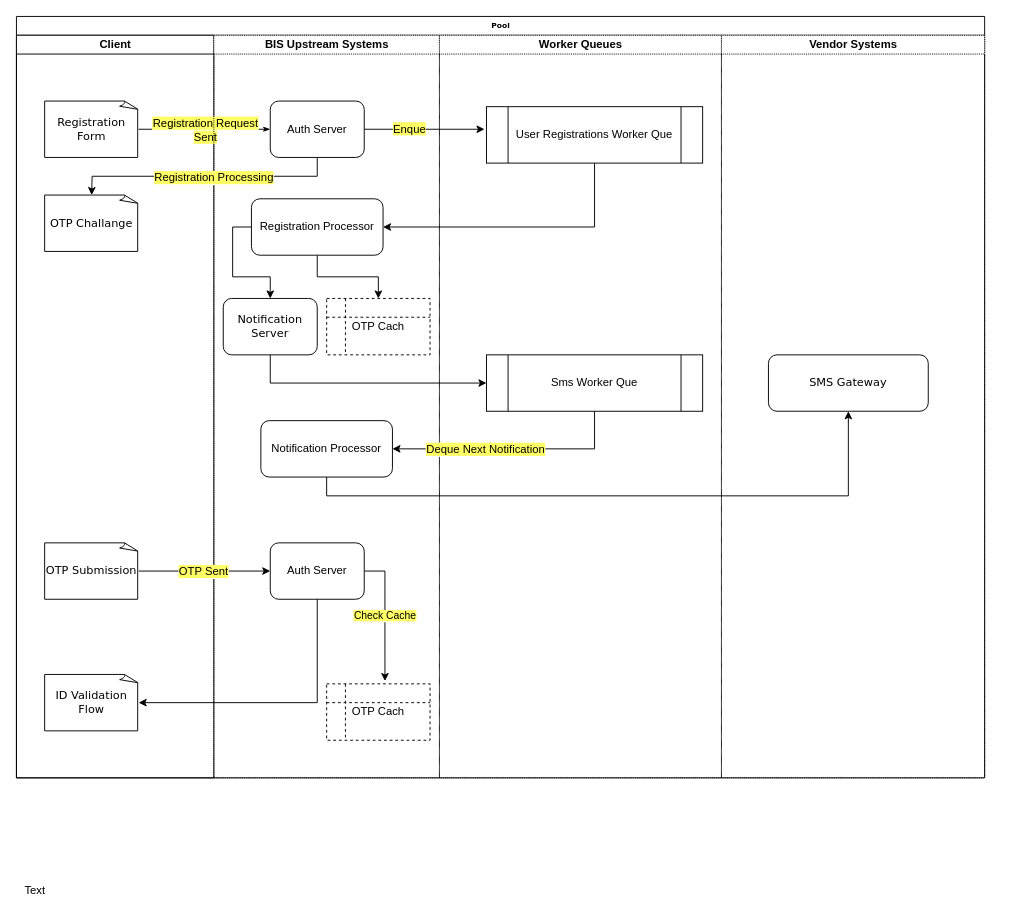
This is page "Page-1" (2 of 2) of Untitled Diagram.drawio from chrisjowen/sshots, a draw.io file, before an edit. Source tidied: cells renumbered, new cells numbered last; positions are measured from the earlier drawing's top-left corner, leaving out a move shared by most shapes. Both pictures are drawn from the tidied source at 94%, with x=0, y=0 at pixel (16, 16).
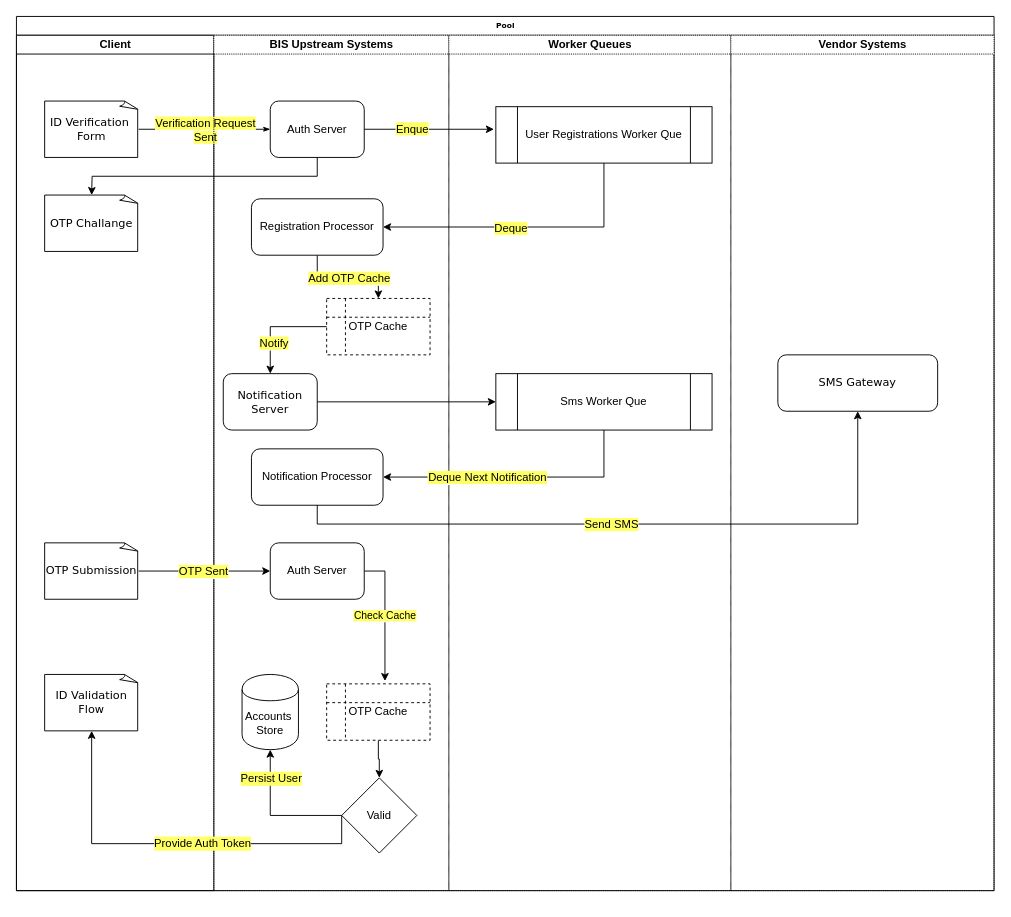
Above is the later version.

The change refers to these unchanged cells:
```xml
<mxCell id="7" value="&lt;font style=&quot;font-size: 12px&quot;&gt;ID Validation&lt;br&gt;Flow&lt;br&gt;&lt;/font&gt;" style="whiteSpace=wrap;html=1;shape=mxgraph.basic.document;shadow=0;fontFamily=Verdana;fontSize=8;fontColor=#000000;align=center;strokeColor=#000000;strokeWidth=1;fillColor=#ffffff;" parent="3" vertex="1">
  <mxGeometry x="30" y="680" width="100" height="60" as="geometry" />
</mxCell>
<mxCell id="11" value="&lt;p&gt;&lt;span id=&quot;docs-internal-guid-2077749d-7fff-49c3-02e4-d4d9bcf073a4&quot;&gt;&lt;span style=&quot;font-family: &amp;#34;arial&amp;#34; ; background-color: transparent ; vertical-align: baseline ; white-space: pre-wrap&quot;&gt;&lt;font style=&quot;font-size: 12px&quot;&gt;Auth Server&lt;/font&gt;&lt;/span&gt;&lt;/span&gt;&lt;/p&gt;" style="rounded=1;whiteSpace=wrap;html=1;shadow=0;labelBackgroundColor=none;strokeColor=#000000;strokeWidth=1;fillColor=#ffffff;fontFamily=Verdana;fontSize=8;fontColor=#000000;align=center;" parent="10" vertex="1">
  <mxGeometry x="60" y="70" width="100" height="60" as="geometry" />
</mxCell>
<mxCell id="16" value="&lt;p&gt;&lt;span id=&quot;docs-internal-guid-2077749d-7fff-49c3-02e4-d4d9bcf073a4&quot;&gt;&lt;span style=&quot;font-family: &amp;#34;arial&amp;#34; ; background-color: transparent ; vertical-align: baseline ; white-space: pre-wrap&quot;&gt;&lt;font style=&quot;font-size: 12px&quot;&gt;Auth Server&lt;/font&gt;&lt;/span&gt;&lt;/span&gt;&lt;/p&gt;" style="rounded=1;whiteSpace=wrap;html=1;shadow=0;labelBackgroundColor=none;strokeColor=#000000;strokeWidth=1;fillColor=#ffffff;fontFamily=Verdana;fontSize=8;fontColor=#000000;align=center;" parent="10" vertex="1">
  <mxGeometry x="60" y="540" width="100" height="60" as="geometry" />
</mxCell>
<mxCell id="28" style="edgeStyle=orthogonalEdgeStyle;rounded=0;jettySize=auto;html=1;exitX=0.5;exitY=1;exitDx=0;exitDy=0;entryX=0.5;entryY=1;entryDx=0;entryDy=0;" parent="2" edge="1" source="12" target="22">
  <mxGeometry relative="1" as="geometry" />
</mxCell>
<mxCell id="38" value="&lt;p&gt;&lt;font face=&quot;arial&quot;&gt;&lt;span style=&quot;font-size: 12px ; white-space: pre-wrap&quot;&gt;Registration Processor&lt;/span&gt;&lt;/font&gt;&lt;/p&gt;" style="rounded=1;whiteSpace=wrap;html=1;shadow=0;labelBackgroundColor=none;strokeColor=#000000;strokeWidth=1;fillColor=#ffffff;fontFamily=Verdana;fontSize=8;fontColor=#000000;align=center;" parent="1" vertex="1">
  <mxGeometry x="250" y="194" width="140" height="60" as="geometry" />
</mxCell>
<mxCell id="39" style="edgeStyle=orthogonalEdgeStyle;rounded=0;jettySize=auto;html=1;exitX=0.5;exitY=1;exitDx=0;exitDy=0;entryX=1;entryY=0.5;entryDx=0;entryDy=0;" parent="1" edge="1" source="19" target="38">
  <mxGeometry relative="1" as="geometry" />
</mxCell>
```

What changed in the source:
```diff
@@
     <mxCell id="2" value="Pool" style="swimlane;html=1;startSize=20;rounded=0;shadow=0;labelBackgroundColor=none;strokeColor=#000000;strokeWidth=1;fillColor=#ffffff;fontFamily=Verdana;fontSize=8;fontColor=#000000;align=center;" parent="1" vertex="1">
-      <mxGeometry width="1030" height="810" as="geometry" />
+      <mxGeometry width="1040" height="930" as="geometry" />
     </mxCell>
     <mxCell id="3" value="Client" style="swimlane;html=1;startSize=20;" parent="2" vertex="1">
-      <mxGeometry y="20" width="210" height="790" as="geometry" />
+      <mxGeometry y="20" width="210" height="910" as="geometry" />
     </mxCell>
-    <mxCell id="4" value="&lt;font style=&quot;font-size: 12px&quot;&gt;Registration Form&lt;/font&gt;" style="whiteSpace=wrap;html=1;shape=mxgraph.basic.document;shadow=0;fontFamily=Verdana;fontSize=8;fontColor=#000000;align=center;strokeColor=#000000;strokeWidth=1;fillColor=#ffffff;" parent="3" vertex="1">
-      <mxGeometry x="30" y="70" width="100" height="60" as="geometry" />
-    </mxCell>
+    <mxCell id="40" value="&lt;font style=&quot;font-size: 12px&quot;&gt;ID Verification&amp;nbsp;&lt;br&gt;Form&lt;br&gt;&lt;/font&gt;" style="whiteSpace=wrap;html=1;shape=mxgraph.basic.document;shadow=0;fontFamily=Verdana;fontSize=8;fontColor=#000000;align=center;strokeColor=#000000;strokeWidth=1;fillColor=#ffffff;" parent="3" vertex="1">
+      <mxGeometry x="30" y="70" width="100" height="60" as="geometry" />
+    </mxCell>
@@
-    <mxCell id="8" style="edgeStyle=orthogonalEdgeStyle;rounded=1;html=1;labelBackgroundColor=none;startArrow=none;startFill=0;startSize=5;endArrow=classicThin;endFill=1;endSize=5;jettySize=auto;strokeColor=#000000;strokeWidth=1;fontFamily=Verdana;fontSize=8;fontColor=#000000;entryX=0;entryY=0.5;entryDx=0;entryDy=0;" parent="2" edge="1" source="4" target="11">
-      <mxGeometry relative="1" as="geometry" />
-    </mxCell>
-    <mxCell id="9" value="&lt;span style=&quot;background-color: rgb(255 , 255 , 102)&quot;&gt;Registration Request&lt;br&gt;Sent&lt;br&gt;&lt;/span&gt;" style="text;html=1;align=center;verticalAlign=middle;labelBackgroundColor=#ffffff;" parent="8" vertex="1">
-      <mxGeometry x="-0.31" relative="1" as="geometry">
-        <mxPoint x="22" as="offset" />
-      </mxGeometry>
-    </mxCell>
+    <mxCell id="41" style="edgeStyle=orthogonalEdgeStyle;rounded=1;html=1;labelBackgroundColor=none;startArrow=none;startFill=0;startSize=5;endArrow=classicThin;endFill=1;endSize=5;jettySize=auto;strokeColor=#000000;strokeWidth=1;fontFamily=Verdana;fontSize=8;fontColor=#000000;entryX=0;entryY=0.5;entryDx=0;entryDy=0;" parent="2" edge="1" source="40" target="11">
+      <mxGeometry relative="1" as="geometry" />
+    </mxCell>
+    <mxCell id="42" value="&lt;span style=&quot;background-color: rgb(255 , 255 , 102)&quot;&gt;Verification Request&lt;br&gt;Sent&lt;br&gt;&lt;/span&gt;" style="text;html=1;align=center;verticalAlign=middle;labelBackgroundColor=#ffffff;" parent="41" vertex="1">
+      <mxGeometry x="-0.31" relative="1" as="geometry">
+        <mxPoint x="22" as="offset" />
+      </mxGeometry>
+    </mxCell>
     <mxCell id="10" value="BIS Upstream Systems" style="swimlane;html=1;startSize=20;dashed=1;dashPattern=1 1;" parent="2" vertex="1">
-      <mxGeometry x="210" y="20" width="240" height="790" as="geometry" />
+      <mxGeometry x="210" y="20" width="250" height="910" as="geometry" />
     </mxCell>
@@
     <mxCell id="12" value="&lt;span style=&quot;font-family: &amp;#34;arial&amp;#34; ; font-size: 12px ; white-space: pre-wrap&quot;&gt;Notification Processor&lt;/span&gt;" style="rounded=1;whiteSpace=wrap;html=1;shadow=0;labelBackgroundColor=none;strokeColor=#000000;strokeWidth=1;fillColor=#ffffff;fontFamily=Verdana;fontSize=8;fontColor=#000000;align=center;" parent="10" vertex="1">
-      <mxGeometry x="50" y="410" width="140" height="60" as="geometry" />
+      <mxGeometry x="40" y="440" width="140" height="60" as="geometry" />
     </mxCell>
-    <mxCell id="13" value="OTP Cach" style="shape=internalStorage;whiteSpace=wrap;html=1;backgroundOutline=1;dashed=1;" parent="10" vertex="1">
-      <mxGeometry x="120" y="280" width="110" height="60" as="geometry" />
-    </mxCell>
+    <mxCell id="43" value="OTP Cache" style="shape=internalStorage;whiteSpace=wrap;html=1;backgroundOutline=1;dashed=1;" parent="10" vertex="1">
+      <mxGeometry x="120" y="280" width="110" height="60" as="geometry" />
+    </mxCell>
     <mxCell id="14" value="&lt;font style=&quot;font-size: 12px&quot;&gt;Notification Server&lt;/font&gt;" style="rounded=1;whiteSpace=wrap;html=1;shadow=0;labelBackgroundColor=none;strokeColor=#000000;strokeWidth=1;fillColor=#ffffff;fontFamily=Verdana;fontSize=8;fontColor=#000000;align=center;" parent="10" vertex="1">
-      <mxGeometry x="10" y="280" width="100" height="60" as="geometry" />
+      <mxGeometry x="10" y="360" width="100" height="60" as="geometry" />
     </mxCell>
-    <mxCell id="15" value="&lt;span style=&quot;background-color: rgb(255 , 255 , 102)&quot;&gt;Check Cache&lt;/span&gt;" style="edgeStyle=orthogonalEdgeStyle;rounded=0;jettySize=auto;html=1;exitX=1;exitY=0.5;exitDx=0;exitDy=0;entryX=0.564;entryY=-0.05;entryDx=0;entryDy=0;entryPerimeter=0;" parent="10" edge="1" source="16" target="17">
+    <mxCell id="15" value="&lt;span style=&quot;background-color: rgb(255 , 255 , 102)&quot;&gt;Check Cache&lt;/span&gt;" style="edgeStyle=orthogonalEdgeStyle;rounded=0;jettySize=auto;html=1;exitX=1;exitY=0.5;exitDx=0;exitDy=0;entryX=0.564;entryY=-0.05;entryDx=0;entryDy=0;entryPerimeter=0;" parent="10" edge="1" source="16" target="45">
       <mxGeometry relative="1" as="geometry" />
     </mxCell>
@@
-    <mxCell id="17" value="OTP Cach" style="shape=internalStorage;whiteSpace=wrap;html=1;backgroundOutline=1;dashed=1;" parent="10" vertex="1">
-      <mxGeometry x="120" y="690" width="110" height="60" as="geometry" />
-    </mxCell>
+    <mxCell id="44" style="edgeStyle=orthogonalEdgeStyle;rounded=0;jettySize=auto;html=1;exitX=0.5;exitY=1;exitDx=0;exitDy=0;" parent="10" edge="1" source="45" target="49">
+      <mxGeometry relative="1" as="geometry" />
+    </mxCell>
+    <mxCell id="45" value="OTP Cache" style="shape=internalStorage;whiteSpace=wrap;html=1;backgroundOutline=1;dashed=1;" parent="10" vertex="1">
+      <mxGeometry x="120" y="690" width="110" height="60" as="geometry" />
+    </mxCell>
+    <mxCell id="46" value="Accounts&amp;nbsp;&lt;br&gt;Store" style="shape=cylinder;whiteSpace=wrap;html=1;boundedLbl=1;backgroundOutline=1;" parent="10" vertex="1">
+      <mxGeometry x="30" y="680" width="60" height="80" as="geometry" />
+    </mxCell>
+    <mxCell id="47" style="edgeStyle=orthogonalEdgeStyle;rounded=0;jettySize=auto;html=1;exitX=0;exitY=0.5;exitDx=0;exitDy=0;" parent="10" edge="1" source="49" target="46">
+      <mxGeometry relative="1" as="geometry" />
+    </mxCell>
+    <mxCell id="48" value="Persist User" style="text;html=1;align=center;verticalAlign=middle;labelBackgroundColor=#FFFF66;" parent="47" vertex="1">
+      <mxGeometry y="-1" relative="1" as="geometry">
+        <mxPoint x="-3" y="-39" as="offset" />
+      </mxGeometry>
+    </mxCell>
+    <mxCell id="49" value="Valid" style="rhombus;whiteSpace=wrap;html=1;" parent="10" vertex="1">
+      <mxGeometry x="136" y="790" width="80" height="80" as="geometry" />
+    </mxCell>
+    <mxCell id="50" style="edgeStyle=orthogonalEdgeStyle;rounded=0;jettySize=auto;html=1;exitX=0;exitY=0.5;exitDx=0;exitDy=0;entryX=0.5;entryY=0;entryDx=0;entryDy=0;" parent="10" edge="1" source="43" target="14">
+      <mxGeometry relative="1" as="geometry" />
+    </mxCell>
+    <mxCell id="51" value="&lt;font color=&quot;#000000&quot; style=&quot;background-color: rgb(255 , 255 , 102)&quot;&gt;Notify&lt;/font&gt;" style="text;html=1;align=center;verticalAlign=middle;labelBackgroundColor=#ffffff;fontColor=#FFFF66;" parent="50" vertex="1">
+      <mxGeometry x="0.04" y="17" relative="1" as="geometry" />
+    </mxCell>
     <mxCell id="18" value="Worker Queues" style="swimlane;html=1;startSize=20;dashed=1;dashPattern=1 1;" parent="2" vertex="1">
-      <mxGeometry x="450" y="20" width="300" height="790" as="geometry" />
+      <mxGeometry x="460" y="20" width="300" height="910" as="geometry" />
     </mxCell>
@@
     <mxCell id="20" value="&lt;span id=&quot;docs-internal-guid-0f14bd20-7fff-1467-3f81-4064697fa3dc&quot;&gt;&lt;span style=&quot;font-family: &amp;#34;arial&amp;#34; ; background-color: transparent ; vertical-align: baseline ; white-space: pre-wrap&quot;&gt;&lt;font style=&quot;font-size: 12px&quot;&gt;Sms Worker Que&lt;/font&gt;&lt;/span&gt;&lt;/span&gt;" style="shape=process;whiteSpace=wrap;html=1;backgroundOutline=1;" parent="18" vertex="1">
-      <mxGeometry x="50" y="340" width="230" height="60" as="geometry" />
+      <mxGeometry x="50" y="360" width="230" height="60" as="geometry" />
     </mxCell>
     <mxCell id="21" value="Vendor Systems" style="swimlane;html=1;startSize=20;dashed=1;dashPattern=1 1;" parent="2" vertex="1">
-      <mxGeometry x="750" y="20" width="280" height="790" as="geometry" />
+      <mxGeometry x="760" y="20" width="280" height="910" as="geometry" />
     </mxCell>
@@
-    <mxCell id="25" style="edgeStyle=orthogonalEdgeStyle;rounded=0;jettySize=auto;html=1;exitX=0.5;exitY=1;exitDx=0;exitDy=0;entryX=0;entryY=0.5;entryDx=0;entryDy=0;" parent="2" edge="1" source="14" target="20">
+    <mxCell id="25" style="edgeStyle=orthogonalEdgeStyle;rounded=0;jettySize=auto;html=1;exitX=1;exitY=0.5;exitDx=0;exitDy=0;entryX=0;entryY=0.5;entryDx=0;entryDy=0;" parent="2" edge="1" source="14" target="20">
       <mxGeometry relative="1" as="geometry" />
     </mxCell>
@@
+    <mxCell id="52" value="&lt;font color=&quot;#000000&quot; style=&quot;background-color: rgb(255 , 255 , 102)&quot;&gt;Send SMS&lt;/font&gt;" style="text;html=1;align=center;verticalAlign=middle;labelBackgroundColor=#ffffff;fontColor=#FFFF66;" parent="28" vertex="1">
+      <mxGeometry x="-0.15" y="2" relative="1" as="geometry">
+        <mxPoint x="28" y="2" as="offset" />
+      </mxGeometry>
+    </mxCell>
@@
-    <mxCell id="31" style="edgeStyle=orthogonalEdgeStyle;rounded=0;jettySize=auto;html=1;exitX=0.5;exitY=1;exitDx=0;exitDy=0;entryX=1;entryY=0.5;entryDx=0;entryDy=0;entryPerimeter=0;" parent="2" edge="1" source="16" target="7">
-      <mxGeometry relative="1" as="geometry">
-        <Array as="points">
-          <mxPoint x="320" y="730" />
-        </Array>
-      </mxGeometry>
-    </mxCell>
-    <mxCell id="32" style="edgeStyle=orthogonalEdgeStyle;rounded=0;jettySize=auto;html=1;exitX=0.5;exitY=1;exitDx=0;exitDy=0;" parent="1" edge="1" source="11">
-      <mxGeometry relative="1" as="geometry">
-        <mxPoint x="80" y="190" as="targetPoint" />
-      </mxGeometry>
-    </mxCell>
-    <mxCell id="33" value="&lt;span style=&quot;background-color: rgb(255 , 255 , 102)&quot;&gt;Registration Processing&lt;/span&gt;" style="text;html=1;align=center;verticalAlign=middle;labelBackgroundColor=#ffffff;" parent="32" vertex="1">
-      <mxGeometry x="-0.06" y="1" relative="1" as="geometry" />
-    </mxCell>
-    <mxCell id="34" value="Text" style="text;html=1;strokeColor=none;fillColor=none;align=center;verticalAlign=middle;whiteSpace=wrap;rounded=0;dashed=1;" parent="1" vertex="1">
-      <mxGeometry y="920" width="40" height="20" as="geometry" />
-    </mxCell>
+    <mxCell id="53" style="edgeStyle=orthogonalEdgeStyle;rounded=0;jettySize=auto;html=1;exitX=0;exitY=0.5;exitDx=0;exitDy=0;" parent="2" edge="1" source="49" target="7">
+      <mxGeometry relative="1" as="geometry">
+        <Array as="points">
+          <mxPoint x="346" y="880" />
+          <mxPoint x="80" y="880" />
+        </Array>
+      </mxGeometry>
+    </mxCell>
+    <mxCell id="54" value="Provide Auth Token" style="text;html=1;align=center;verticalAlign=middle;labelBackgroundColor=#FFFF66;" parent="53" vertex="1">
+      <mxGeometry x="-0.14" y="-1" relative="1" as="geometry" />
+    </mxCell>
+    <mxCell id="55" style="edgeStyle=orthogonalEdgeStyle;rounded=0;jettySize=auto;html=1;exitX=0.5;exitY=1;exitDx=0;exitDy=0;" parent="1" edge="1" source="11">
+      <mxGeometry relative="1" as="geometry">
+        <mxPoint x="80" y="190" as="targetPoint" />
+      </mxGeometry>
+    </mxCell>
@@
-    <mxCell id="36" style="edgeStyle=orthogonalEdgeStyle;rounded=0;jettySize=auto;html=1;exitX=0.5;exitY=1;exitDx=0;exitDy=0;entryX=0.5;entryY=0;entryDx=0;entryDy=0;" parent="1" edge="1" source="38" target="13">
-      <mxGeometry relative="1" as="geometry" />
-    </mxCell>
-    <mxCell id="37" style="edgeStyle=orthogonalEdgeStyle;rounded=0;jettySize=auto;html=1;exitX=0;exitY=0.5;exitDx=0;exitDy=0;entryX=0.5;entryY=0;entryDx=0;entryDy=0;" parent="1" edge="1" source="38" target="14">
-      <mxGeometry relative="1" as="geometry" />
-    </mxCell>
+    <mxCell id="56" style="edgeStyle=orthogonalEdgeStyle;rounded=0;jettySize=auto;html=1;exitX=0.5;exitY=1;exitDx=0;exitDy=0;entryX=0.5;entryY=0;entryDx=0;entryDy=0;" parent="1" edge="1" source="38" target="43">
+      <mxGeometry relative="1" as="geometry" />
+    </mxCell>
+    <mxCell id="57" value="&lt;font color=&quot;#000000&quot; style=&quot;background-color: rgb(255 , 255 , 102)&quot;&gt;Add OTP Cache&lt;/font&gt;" style="text;html=1;align=center;verticalAlign=middle;labelBackgroundColor=#ffffff;fontColor=#FFFF66;" parent="56" vertex="1">
+      <mxGeometry x="0.01" y="-1" relative="1" as="geometry" />
+    </mxCell>
@@
+    <mxCell id="58" value="&lt;font color=&quot;#000000&quot; style=&quot;background-color: rgb(255 , 255 , 102)&quot;&gt;Deque&lt;/font&gt;" style="text;html=1;align=center;verticalAlign=middle;labelBackgroundColor=#ffffff;fontColor=#FFFF66;" parent="39" vertex="1">
+      <mxGeometry x="0.11" y="1" relative="1" as="geometry" />
+    </mxCell>
```
